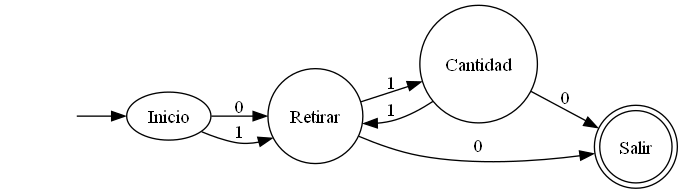
The Graphviz diagram ATM Simple.gv.png in CRincon115/AutomatasFinal, before a commit. Its source is kept beside it as ATM Simple.gv. Source of this version:
```dot
digraph "ATM Simple" {
	graph [rankdir=LR]
	"" [label="" shape=plaintext]
	Salir [label=Salir shape=doublecircle]
	Cantidad [label=Cantidad shape=circle]
	Retirar [label=Retirar shape=circle]
	"" -> Inicio [label=""]
	Inicio -> Retirar [label=0]
	Inicio -> Retirar [label=1]
	Retirar -> Cantidad [label=1]
	Retirar -> Salir [label=0]
	Cantidad -> Retirar [label=1]
	Cantidad -> Salir [label=0]
}
```
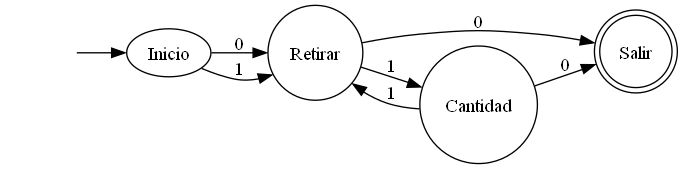
Later version of the same file.

What changed in the source:
```diff
@@ -2,8 +2,8 @@
 	graph [rankdir=LR]
 	"" [label="" shape=plaintext]
 	Salir [label=Salir shape=doublecircle]
+	Retirar [label=Retirar shape=circle]
 	Cantidad [label=Cantidad shape=circle]
-	Retirar [label=Retirar shape=circle]
 	"" -> Inicio [label=""]
 	Inicio -> Retirar [label=0]
 	Inicio -> Retirar [label=1]
```
